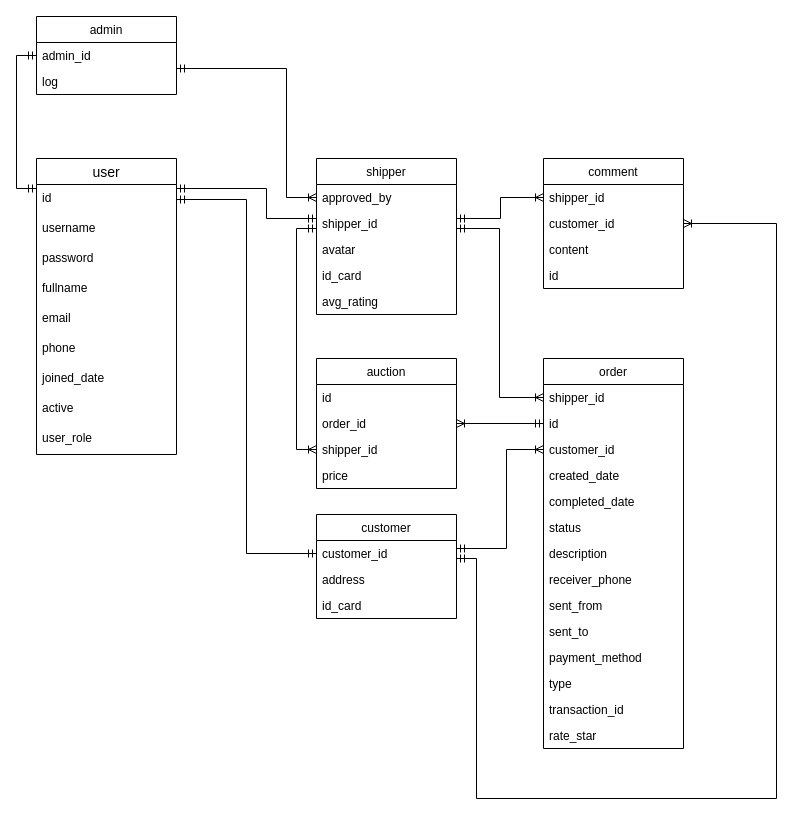
quoctann/spring-delivery-management keeps this draw.io diagram as page "Database" (2 of 2) of design.drawio. Above is the earlier version. Source tidied: cells renumbered, new cells numbered last; positions are measured from the earlier drawing's top-left corner, leaving out a move shared by most shapes. Both pictures are drawn from the tidied source at 100%, with x=0, y=0 at pixel (16, 16).
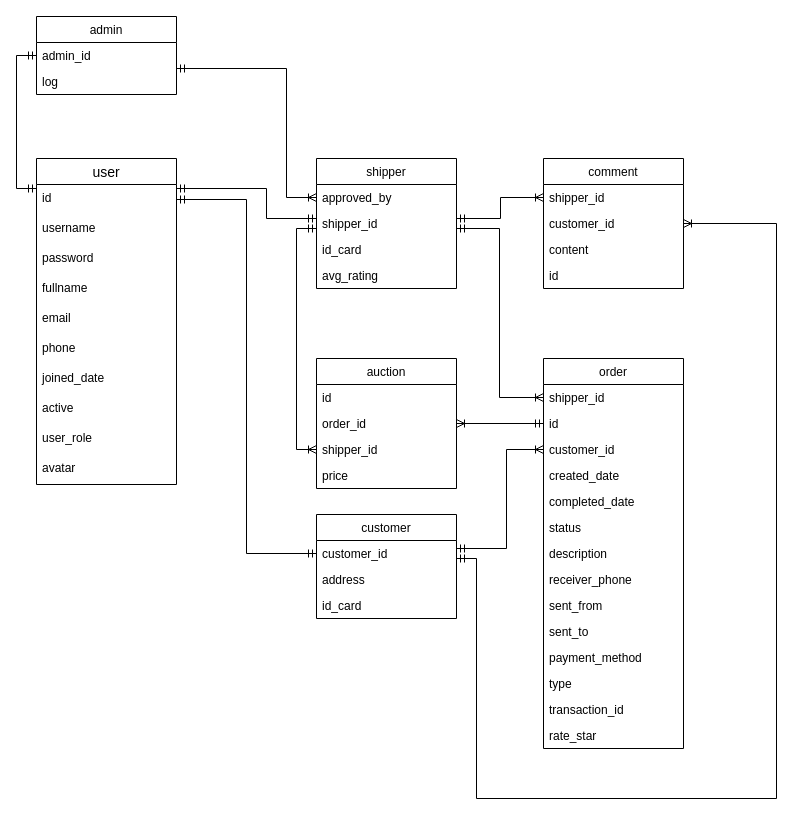
Above is the later version.

The edit, as a diff of the source:
```diff
@@
     <mxCell id="2" value="user" style="swimlane;fontStyle=0;horizontal=1;startSize=26;align=center;fontSize=14;" parent="1" vertex="1">
-      <mxGeometry x="20" y="142" width="140" height="296" as="geometry" />
+      <mxGeometry x="20" y="142" width="140" height="326" as="geometry" />
     </mxCell>
@@
+    <mxCell id="15" value="avatar" style="text;strokeColor=none;fillColor=none;spacingLeft=4;spacingRight=4;overflow=hidden;fontSize=12;" parent="2" vertex="1">
+      <mxGeometry y="296" width="140" height="30" as="geometry" />
+    </mxCell>
     <mxCell id="12" value="shipper" style="swimlane;fontStyle=0;horizontal=1;startSize=26;rounded=0;" parent="1" vertex="1">
-      <mxGeometry x="300" y="142" width="140" height="156" as="geometry" />
+      <mxGeometry x="300" y="142" width="140" height="130" as="geometry" />
     </mxCell>
@@
-    <mxCell id="15" value="avatar" style="text;strokeColor=none;fillColor=none;align=left;verticalAlign=top;spacingLeft=4;spacingRight=4;overflow=hidden;" parent="12" vertex="1">
-      <mxGeometry y="78" width="140" height="26" as="geometry" />
-    </mxCell>
     <mxCell id="16" value="id_card" style="text;strokeColor=none;fillColor=none;align=left;verticalAlign=top;spacingLeft=4;spacingRight=4;overflow=hidden;" parent="12" vertex="1">
-      <mxGeometry y="104" width="140" height="26" as="geometry" />
+      <mxGeometry y="78" width="140" height="26" as="geometry" />
     </mxCell>
     <mxCell id="17" value="avg_rating" style="text;strokeColor=none;fillColor=none;align=left;verticalAlign=top;spacingLeft=4;spacingRight=4;overflow=hidden;" parent="12" vertex="1">
-      <mxGeometry y="130" width="140" height="26" as="geometry" />
+      <mxGeometry y="104" width="140" height="26" as="geometry" />
     </mxCell>
```
